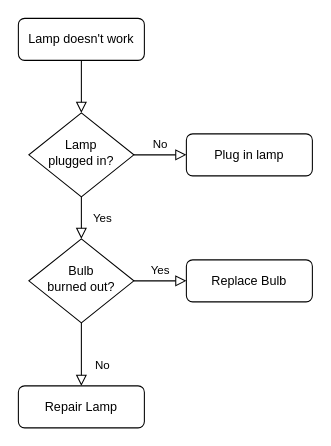
The draw.io diagram checkPermission.drawio in fuhailong1998/drawio, before the edit. Source tidied: cells renumbered, new cells numbered last; positions are measured from the earlier drawing's top-left corner, leaving out a move shared by most shapes. Both pictures are drawn from the tidied source at 105%, with x=0, y=0 at pixel (18, 18).
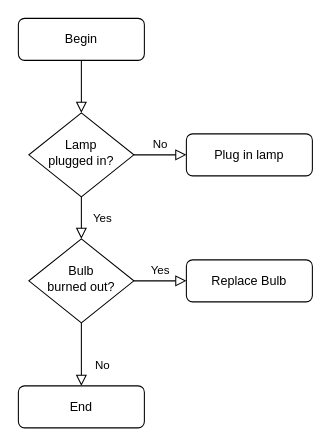
Above is the later version.

The edit, as a diff of the source:
```diff
@@
 <mxGraphModel>
   <root>
     <mxCell id="0" />
     <mxCell id="1" parent="0" />
     <mxCell id="2" style="rounded=0;html=1;jettySize=auto;fontSize=11;endArrow=block;endFill=0;endSize=8;strokeWidth=1;shadow=0;labelBackgroundColor=none;edgeStyle=orthogonalEdgeStyle;" parent="1" edge="1" source="3" target="6">
       <mxGeometry relative="1" as="geometry" />
     </mxCell>
-    <mxCell id="3" value="Lamp doesn't work" style="rounded=1;whiteSpace=wrap;html=1;fontSize=12;glass=0;strokeWidth=1;shadow=0;" parent="1" vertex="1">
+    <mxCell id="3" value="Begin" style="rounded=1;whiteSpace=wrap;html=1;fontSize=12;glass=0;strokeWidth=1;shadow=0;" parent="1" vertex="1">
       <mxGeometry width="120" height="40" as="geometry" />
     </mxCell>
     <mxCell id="4" value="Yes" style="rounded=0;html=1;jettySize=auto;fontSize=11;endArrow=block;endFill=0;endSize=8;strokeWidth=1;shadow=0;labelBackgroundColor=none;edgeStyle=orthogonalEdgeStyle;" parent="1" edge="1" source="6" target="10">
       <mxGeometry y="20" relative="1" as="geometry" />
     </mxCell>
     <mxCell id="5" value="No" style="edgeStyle=orthogonalEdgeStyle;rounded=0;html=1;jettySize=auto;fontSize=11;endArrow=block;endFill=0;endSize=8;strokeWidth=1;shadow=0;labelBackgroundColor=none;" parent="1" edge="1" source="6" target="7">
       <mxGeometry y="10" relative="1" as="geometry" />
     </mxCell>
     <mxCell id="6" value="Lamp&lt;br&gt;plugged in?" style="rhombus;whiteSpace=wrap;html=1;shadow=0;fontFamily=Helvetica;fontSize=12;align=center;strokeWidth=1;spacing=6;spacingTop=-4;" parent="1" vertex="1">
       <mxGeometry x="10" y="90" width="100" height="80" as="geometry" />
     </mxCell>
     <mxCell id="7" value="Plug in lamp" style="rounded=1;whiteSpace=wrap;html=1;fontSize=12;glass=0;strokeWidth=1;shadow=0;" parent="1" vertex="1">
       <mxGeometry x="160" y="110" width="120" height="40" as="geometry" />
     </mxCell>
     <mxCell id="8" value="No" style="rounded=0;html=1;jettySize=auto;fontSize=11;endArrow=block;endFill=0;endSize=8;strokeWidth=1;shadow=0;labelBackgroundColor=none;edgeStyle=orthogonalEdgeStyle;" parent="1" edge="1" source="10" target="11">
       <mxGeometry x="0.33" y="20" relative="1" as="geometry" />
     </mxCell>
     <mxCell id="9" value="Yes" style="edgeStyle=orthogonalEdgeStyle;rounded=0;html=1;jettySize=auto;fontSize=11;endArrow=block;endFill=0;endSize=8;strokeWidth=1;shadow=0;labelBackgroundColor=none;" parent="1" edge="1" source="10" target="12">
       <mxGeometry y="10" relative="1" as="geometry" />
     </mxCell>
     <mxCell id="10" value="Bulb&lt;br&gt;burned out?" style="rhombus;whiteSpace=wrap;html=1;shadow=0;fontFamily=Helvetica;fontSize=12;align=center;strokeWidth=1;spacing=6;spacingTop=-4;" parent="1" vertex="1">
       <mxGeometry x="10" y="210" width="100" height="80" as="geometry" />
     </mxCell>
-    <mxCell id="11" value="Repair Lamp" style="rounded=1;whiteSpace=wrap;html=1;fontSize=12;glass=0;strokeWidth=1;shadow=0;" parent="1" vertex="1">
+    <mxCell id="11" value="End" style="rounded=1;whiteSpace=wrap;html=1;fontSize=12;glass=0;strokeWidth=1;shadow=0;" parent="1" vertex="1">
       <mxGeometry y="350" width="120" height="40" as="geometry" />
     </mxCell>
     <mxCell id="12" value="Replace Bulb" style="rounded=1;whiteSpace=wrap;html=1;fontSize=12;glass=0;strokeWidth=1;shadow=0;" parent="1" vertex="1">
       <mxGeometry x="160" y="230" width="120" height="40" as="geometry" />
     </mxCell>
   </root>
 </mxGraphModel>
```
